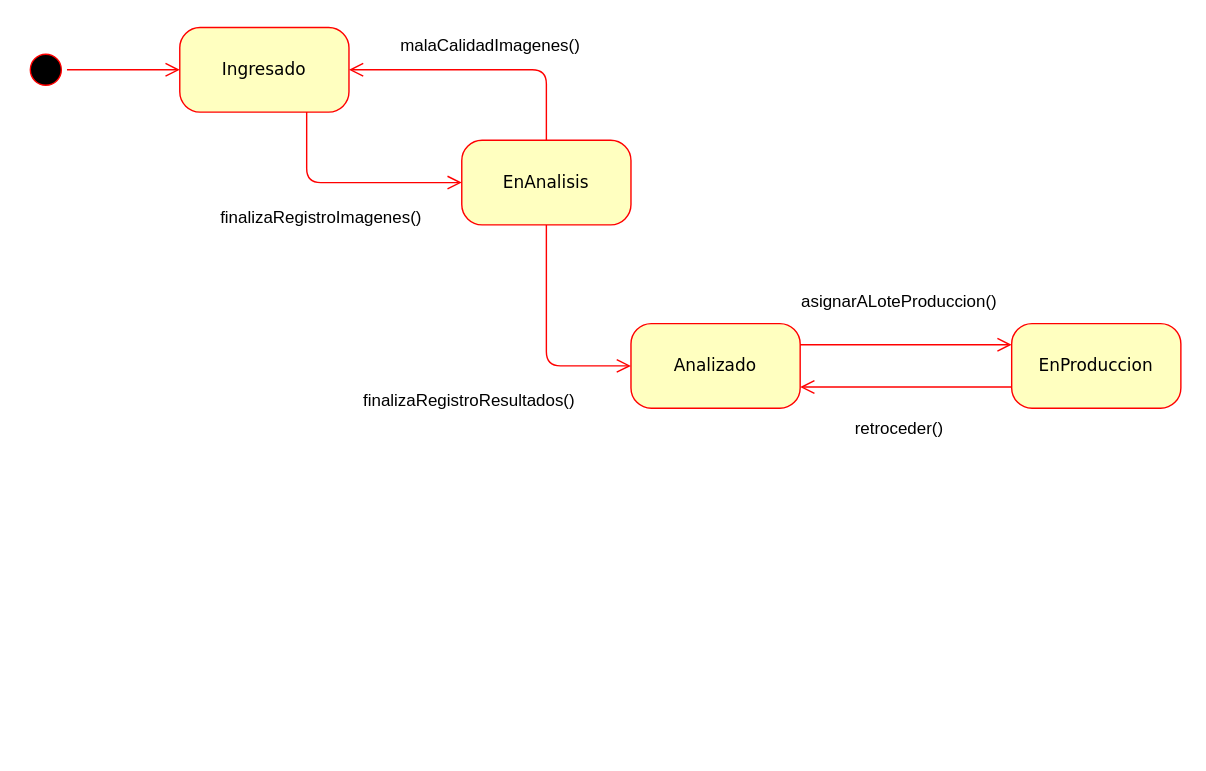
Before: practica2/PR2_Estados.drawio in josemicode/boletines-modsis, a draw.io diagram. Source tidied: cells renumbered, new cells numbered last; positions are measured from the earlier drawing's top-left corner, leaving out a move shared by most shapes. Both pictures are drawn from the tidied source at 141%, with x=0, y=0 at pixel (24, 24).
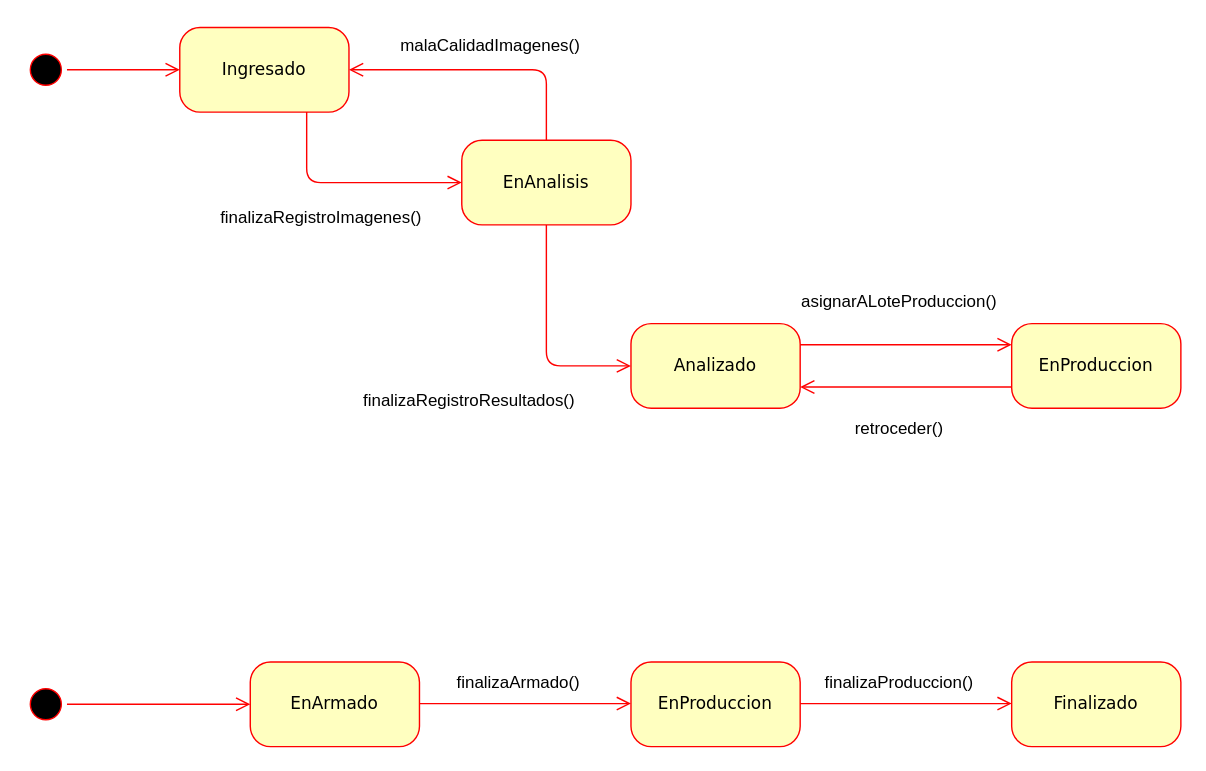
The same page after the edit.

Change to the diagram source:
```diff
@@
+    <mxCell id="18" value="EnProduccion" style="rounded=1;whiteSpace=wrap;html=1;arcSize=24;fillColor=#ffffc0;strokeColor=#ff0000;shadow=0;comic=0;labelBackgroundColor=none;fontFamily=Verdana;fontSize=12;fontColor=#000000;align=center;" parent="1" vertex="1">
+      <mxGeometry x="430" y="452" width="120" height="60" as="geometry" />
+    </mxCell>
+    <mxCell id="19" value="EnArmado" style="rounded=1;whiteSpace=wrap;html=1;arcSize=24;fillColor=#ffffc0;strokeColor=#ff0000;shadow=0;comic=0;labelBackgroundColor=none;fontFamily=Verdana;fontSize=12;fontColor=#000000;align=center;" parent="1" vertex="1">
+      <mxGeometry x="160" y="452" width="120" height="60" as="geometry" />
+    </mxCell>
+    <mxCell id="20" style="edgeStyle=orthogonalEdgeStyle;html=1;exitX=1;exitY=0.25;entryX=0;entryY=0.25;labelBackgroundColor=none;endArrow=open;endSize=8;strokeColor=#ff0000;fontFamily=Verdana;fontSize=12;align=left;" parent="1" edge="1">
+      <mxGeometry relative="1" as="geometry">
+        <mxPoint x="280" y="481.5" as="sourcePoint" />
+        <mxPoint x="430" y="481.5" as="targetPoint" />
+      </mxGeometry>
+    </mxCell>
+    <mxCell id="21" value="finalizaArmado()" style="text;html=1;align=center;verticalAlign=middle;strokeColor=none;fillColor=none;" parent="1" vertex="1">
+      <mxGeometry x="295" y="452" width="110" height="30" as="geometry" />
+    </mxCell>
+    <mxCell id="22" value="Finalizado" style="rounded=1;whiteSpace=wrap;html=1;arcSize=24;fillColor=#ffffc0;strokeColor=#ff0000;shadow=0;comic=0;labelBackgroundColor=none;fontFamily=Verdana;fontSize=12;fontColor=#000000;align=center;" parent="1" vertex="1">
+      <mxGeometry x="700" y="452" width="120" height="60" as="geometry" />
+    </mxCell>
+    <mxCell id="23" style="edgeStyle=orthogonalEdgeStyle;html=1;entryX=0;entryY=0.25;labelBackgroundColor=none;endArrow=open;endSize=8;strokeColor=#ff0000;fontFamily=Verdana;fontSize=12;align=left;" parent="1" edge="1" source="18">
+      <mxGeometry relative="1" as="geometry">
+        <mxPoint x="700" y="481.5" as="targetPoint" />
+      </mxGeometry>
+    </mxCell>
+    <mxCell id="24" value="finalizaProduccion()" style="text;html=1;align=center;verticalAlign=middle;strokeColor=none;fillColor=none;" parent="1" vertex="1">
+      <mxGeometry x="555" y="452" width="130" height="30" as="geometry" />
+    </mxCell>
+    <mxCell id="25" style="ellipse;html=1;shape=startState;fillColor=#000000;strokeColor=#ff0000;rounded=1;shadow=0;comic=0;labelBackgroundColor=none;fontFamily=Verdana;fontSize=12;fontColor=#000000;align=center;direction=south;" parent="1" vertex="1">
+      <mxGeometry y="467" width="30" height="30" as="geometry" />
+    </mxCell>
+    <mxCell id="26" style="edgeStyle=orthogonalEdgeStyle;html=1;labelBackgroundColor=none;endArrow=open;endSize=8;strokeColor=#ff0000;fontFamily=Verdana;fontSize=12;align=left;entryX=0;entryY=0.5;entryDx=0;entryDy=0;" parent="1" edge="1" source="25" target="19">
+      <mxGeometry relative="1" as="geometry" />
+    </mxCell>
```
